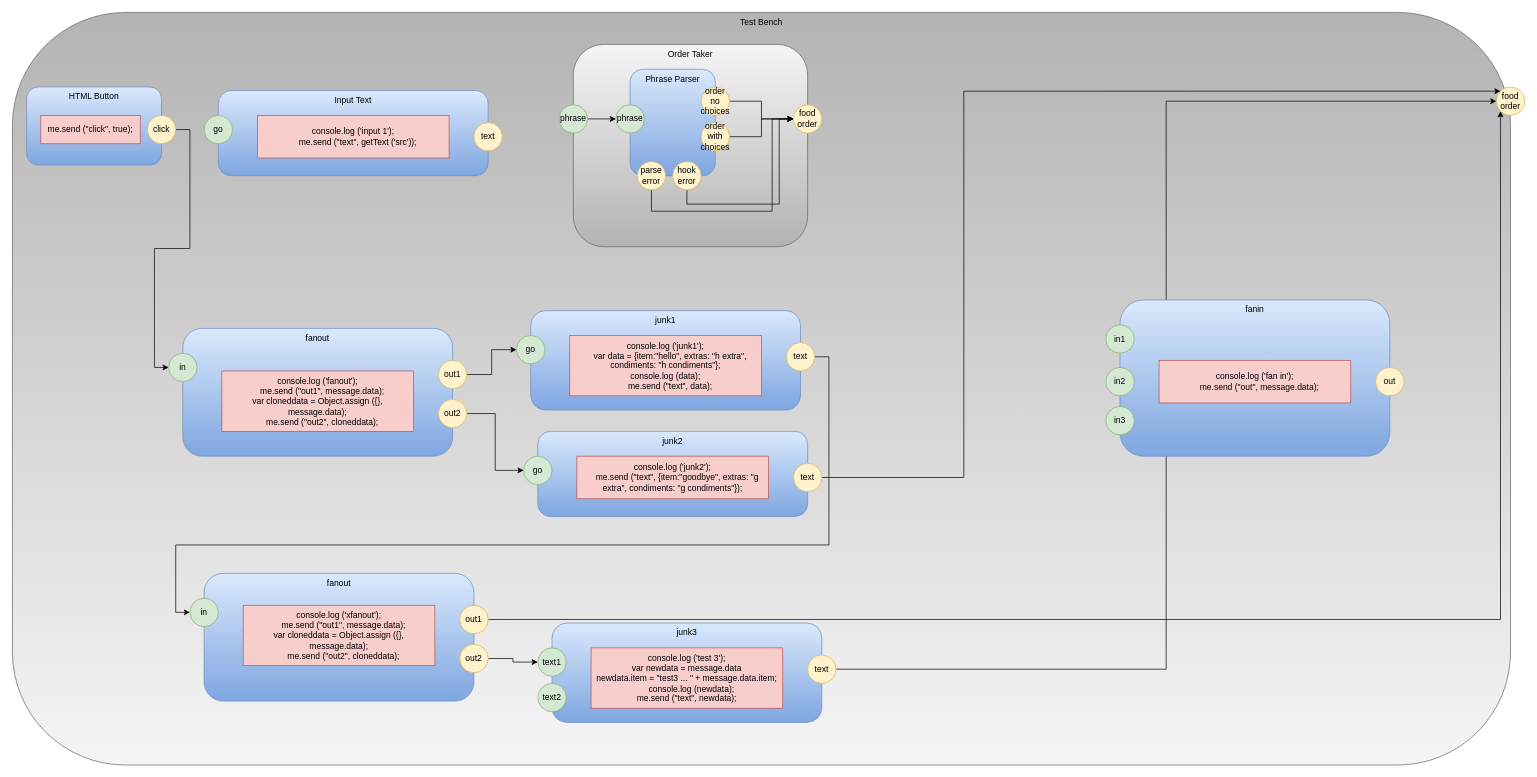
This is testbench.drawio from guitarvydas/hamburgerworkbenchD0D, a draw.io file, before an edit. Source tidied: cells renumbered, new cells numbered last; positions are measured from the earlier drawing's top-left corner, leaving out a move shared by most shapes. Both pictures are drawn from the tidied source at 71%, with x=0, y=0 at pixel (12, 12).
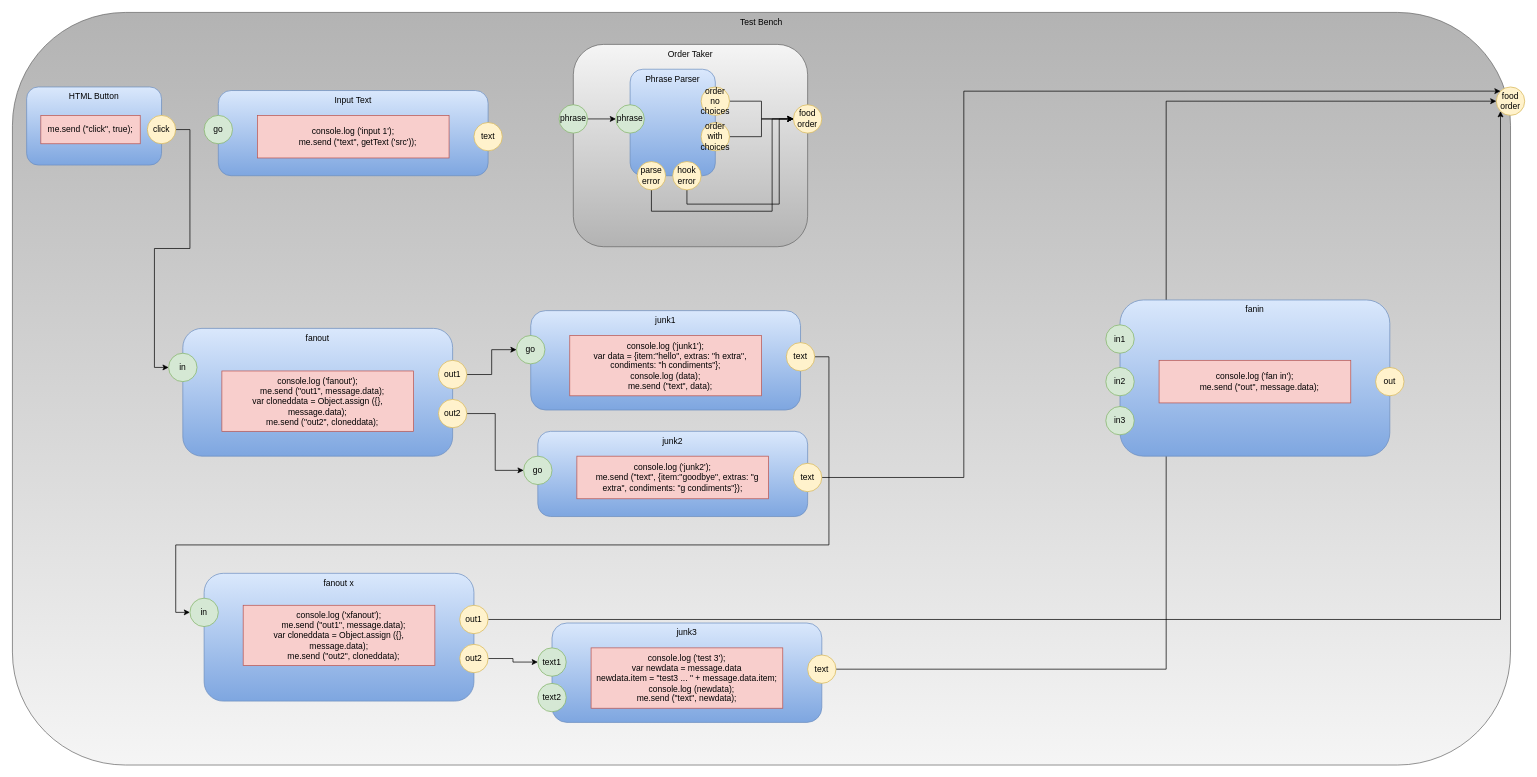
The same diagram, later.

The edit, as a diff of the source:
```diff
@@
-    <mxCell id="49" value="fanout" style="rounded=1;whiteSpace=wrap;html=1;fillColor=#dae8fc;strokeColor=#6c8ebf;gradientColor=#7ea6e0;verticalAlign=top;" parent="1" vertex="1">
+    <mxCell id="49" value="fanout x" style="rounded=1;whiteSpace=wrap;html=1;fillColor=#dae8fc;strokeColor=#6c8ebf;gradientColor=#7ea6e0;verticalAlign=top;" parent="1" vertex="1">
       <mxGeometry x="270" y="790" width="380" height="180" as="geometry" />
     </mxCell>
```
